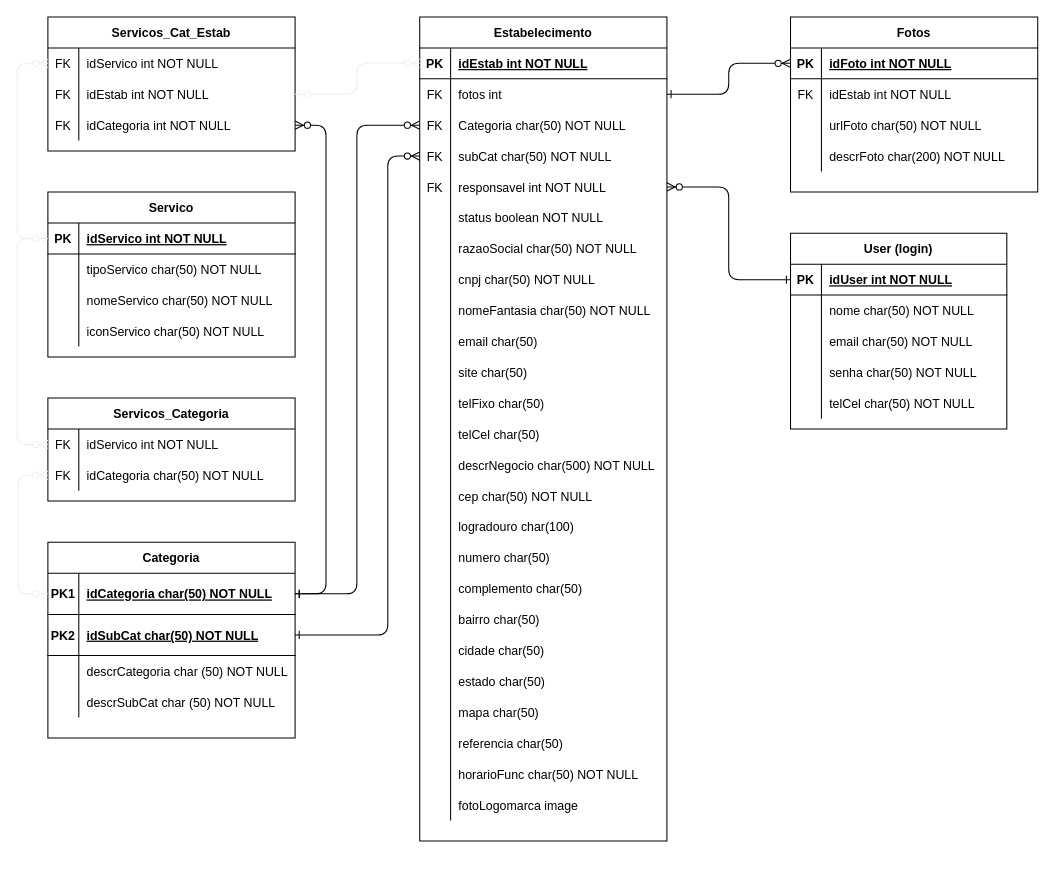
This is Docs/Diagrama-DER_v1.3.drawio from CarlosProcidio/PCDEVS1G2, a draw.io file, before an edit. Source tidied: cells renumbered, new cells numbered last; positions are measured from the earlier drawing's top-left corner, leaving out a move shared by most shapes. Both pictures are drawn from the tidied source at 103%, with x=0, y=0 at pixel (16, 16).
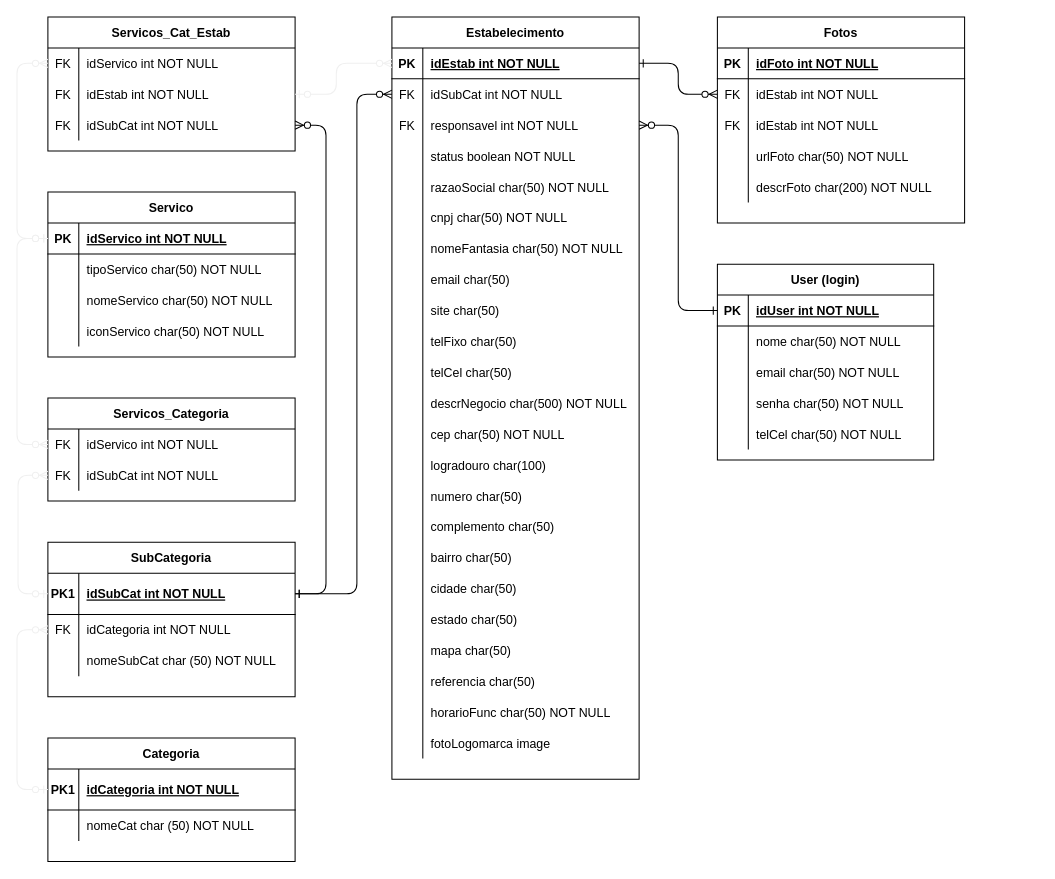
Above is the later version.

Unchanged cells that the change refers to:
```xml
<mxCell id="3" style="shape=partialRectangle;fillColor=none;points=[[0,0.5],[1,0.5]];portConstraint=eastwest;top=0;left=0;right=0;bottom=1;" parent="2" vertex="1">
  <mxGeometry y="30" width="240" height="30" as="geometry" />
</mxCell>
<mxCell id="98" style="shape=partialRectangle;fillColor=none;points=[[0,0.5],[1,0.5]];portConstraint=eastwest;top=0;left=0;right=0;bottom=0;" parent="94" vertex="1">
  <mxGeometry y="60" width="240" height="30" as="geometry" />
</mxCell>
<mxCell id="117" style="shape=partialRectangle;fillColor=none;points=[[0,0.5],[1,0.5]];portConstraint=eastwest;top=0;left=0;right=0;bottom=1;" parent="116" vertex="1">
  <mxGeometry y="30" width="240" height="30" as="geometry" />
</mxCell>
<mxCell id="130" style="shape=partialRectangle;fillColor=none;points=[[0,0.5],[1,0.5]];portConstraint=eastwest;top=0;left=0;right=0;bottom=1;" parent="129" vertex="1">
  <mxGeometry y="30" width="240" height="40" as="geometry" />
</mxCell>
<mxCell id="150" style="shape=partialRectangle;fillColor=none;points=[[0,0.5],[1,0.5]];portConstraint=eastwest;top=0;left=0;right=0;bottom=0;" parent="146" vertex="1">
  <mxGeometry y="60" width="240" height="30" as="geometry" />
</mxCell>
<mxCell id="153" style="shape=partialRectangle;fillColor=none;points=[[0,0.5],[1,0.5]];portConstraint=eastwest;top=0;left=0;right=0;bottom=0;" parent="146" vertex="1">
  <mxGeometry y="90" width="240" height="30" as="geometry" />
</mxCell>
```

Change to the diagram source:
```diff
@@
     <mxCell id="2" value="Estabelecimento" style="shape=table;startSize=30;childLayout=tableLayout;rowLines=0;fontStyle=1;align=center;" parent="1" vertex="1">
-      <mxGeometry x="391" width="240" height="800" as="geometry" />
+      <mxGeometry x="364" width="240" height="740" as="geometry" />
     </mxCell>
@@
-    <mxCell id="6" style="shape=partialRectangle;fillColor=none;points=[[0,0.5],[1,0.5]];portConstraint=eastwest;top=0;left=0;right=0;bottom=0;" parent="2" vertex="1">
-      <mxGeometry y="60" width="240" height="30" as="geometry" />
-    </mxCell>
-    <mxCell id="7" value="FK" style="shape=partialRectangle;overflow=hidden;fillColor=none;top=0;left=0;bottom=0;right=0;" parent="6" vertex="1">
-      <mxGeometry width="30" height="30" as="geometry" />
-    </mxCell>
-    <mxCell id="8" value="fotos int" style="shape=partialRectangle;overflow=hidden;fillColor=none;top=0;left=0;bottom=0;right=0;align=left;spacingLeft=6;" parent="6" vertex="1">
-      <mxGeometry x="30" width="210" height="30" as="geometry" />
-    </mxCell>
     <mxCell id="9" style="shape=partialRectangle;fillColor=none;points=[[0,0.5],[1,0.5]];portConstraint=eastwest;top=0;left=0;right=0;bottom=0;" parent="2" vertex="1">
-      <mxGeometry y="90" width="240" height="30" as="geometry" />
+      <mxGeometry y="60" width="240" height="30" as="geometry" />
     </mxCell>
@@
-    <mxCell id="11" value="Categoria char(50) NOT NULL" style="shape=partialRectangle;overflow=hidden;fillColor=none;top=0;left=0;bottom=0;right=0;align=left;spacingLeft=6;" parent="9" vertex="1">
+    <mxCell id="11" value="idSubCat int NOT NULL" style="shape=partialRectangle;overflow=hidden;fillColor=none;top=0;left=0;bottom=0;right=0;align=left;spacingLeft=6;" parent="9" vertex="1">
       <mxGeometry x="30" width="210" height="30" as="geometry" />
     </mxCell>
-    <mxCell id="12" style="shape=partialRectangle;fillColor=none;points=[[0,0.5],[1,0.5]];portConstraint=eastwest;top=0;left=0;right=0;bottom=0;" parent="2" vertex="1">
-      <mxGeometry y="120" width="240" height="30" as="geometry" />
-    </mxCell>
-    <mxCell id="13" value="FK" style="shape=partialRectangle;overflow=hidden;fillColor=none;top=0;left=0;bottom=0;right=0;" parent="12" vertex="1">
-      <mxGeometry width="30" height="30" as="geometry" />
-    </mxCell>
-    <mxCell id="14" value="subCat char(50) NOT NULL" style="shape=partialRectangle;overflow=hidden;fillColor=none;top=0;left=0;bottom=0;right=0;align=left;spacingLeft=6;" parent="12" vertex="1">
-      <mxGeometry x="30" width="210" height="30" as="geometry" />
-    </mxCell>
     <mxCell id="15" style="shape=partialRectangle;fillColor=none;points=[[0,0.5],[1,0.5]];portConstraint=eastwest;top=0;left=0;right=0;bottom=0;" parent="2" vertex="1">
-      <mxGeometry y="150" width="240" height="30" as="geometry" />
+      <mxGeometry y="90" width="240" height="30" as="geometry" />
     </mxCell>
@@
     <mxCell id="18" style="shape=partialRectangle;fillColor=none;top=0;left=0;right=0;bottom=0;" parent="2" vertex="1">
-      <mxGeometry y="180" width="240" height="30" as="geometry" />
+      <mxGeometry y="120" width="240" height="30" as="geometry" />
     </mxCell>
@@
     <mxCell id="21" style="shape=partialRectangle;fillColor=none;top=0;left=0;right=0;bottom=0;" parent="2" vertex="1">
-      <mxGeometry y="210" width="240" height="30" as="geometry" />
+      <mxGeometry y="150" width="240" height="30" as="geometry" />
     </mxCell>
@@
     <mxCell id="24" style="shape=partialRectangle;fillColor=none;top=0;left=0;right=0;bottom=0;" parent="2" vertex="1">
-      <mxGeometry y="240" width="240" height="30" as="geometry" />
+      <mxGeometry y="180" width="240" height="30" as="geometry" />
     </mxCell>
@@
     <mxCell id="27" style="shape=partialRectangle;fillColor=none;top=0;left=0;right=0;bottom=0;" parent="2" vertex="1">
-      <mxGeometry y="270" width="240" height="30" as="geometry" />
+      <mxGeometry y="210" width="240" height="30" as="geometry" />
     </mxCell>
@@
     <mxCell id="30" style="shape=partialRectangle;fillColor=none;top=0;left=0;right=0;bottom=0;" parent="2" vertex="1">
-      <mxGeometry y="300" width="240" height="30" as="geometry" />
+      <mxGeometry y="240" width="240" height="30" as="geometry" />
     </mxCell>
@@
     <mxCell id="33" style="shape=partialRectangle;fillColor=none;top=0;left=0;right=0;bottom=0;" parent="2" vertex="1">
-      <mxGeometry y="330" width="240" height="30" as="geometry" />
+      <mxGeometry y="270" width="240" height="30" as="geometry" />
     </mxCell>
@@
     <mxCell id="36" style="shape=partialRectangle;fillColor=none;top=0;left=0;right=0;bottom=0;" parent="2" vertex="1">
-      <mxGeometry y="360" width="240" height="30" as="geometry" />
+      <mxGeometry y="300" width="240" height="30" as="geometry" />
     </mxCell>
@@
     <mxCell id="39" style="shape=partialRectangle;fillColor=none;top=0;left=0;right=0;bottom=0;" parent="2" vertex="1">
-      <mxGeometry y="390" width="240" height="30" as="geometry" />
+      <mxGeometry y="330" width="240" height="30" as="geometry" />
     </mxCell>
@@
     <mxCell id="42" style="shape=partialRectangle;fillColor=none;top=0;left=0;right=0;bottom=0;" parent="2" vertex="1">
-      <mxGeometry y="420" width="240" height="30" as="geometry" />
+      <mxGeometry y="360" width="240" height="30" as="geometry" />
     </mxCell>
@@
     <mxCell id="45" style="shape=partialRectangle;fillColor=none;top=0;left=0;right=0;bottom=0;" parent="2" vertex="1">
-      <mxGeometry y="450" width="240" height="30" as="geometry" />
+      <mxGeometry y="390" width="240" height="30" as="geometry" />
     </mxCell>
@@
     <mxCell id="48" style="shape=partialRectangle;fillColor=none;top=0;left=0;right=0;bottom=0;" parent="2" vertex="1">
-      <mxGeometry y="480" width="240" height="30" as="geometry" />
+      <mxGeometry y="420" width="240" height="30" as="geometry" />
     </mxCell>
@@
     <mxCell id="51" style="shape=partialRectangle;fillColor=none;top=0;left=0;right=0;bottom=0;" parent="2" vertex="1">
-      <mxGeometry y="510" width="240" height="30" as="geometry" />
+      <mxGeometry y="450" width="240" height="30" as="geometry" />
     </mxCell>
@@
     <mxCell id="54" style="shape=partialRectangle;fillColor=none;top=0;left=0;right=0;bottom=0;" parent="2" vertex="1">
-      <mxGeometry y="540" width="240" height="30" as="geometry" />
+      <mxGeometry y="480" width="240" height="30" as="geometry" />
     </mxCell>
@@
     <mxCell id="57" style="shape=partialRectangle;fillColor=none;top=0;left=0;right=0;bottom=0;" parent="2" vertex="1">
-      <mxGeometry y="570" width="240" height="30" as="geometry" />
+      <mxGeometry y="510" width="240" height="30" as="geometry" />
     </mxCell>
@@
     <mxCell id="60" style="shape=partialRectangle;fillColor=none;top=0;left=0;right=0;bottom=0;" parent="2" vertex="1">
-      <mxGeometry y="600" width="240" height="30" as="geometry" />
+      <mxGeometry y="540" width="240" height="30" as="geometry" />
     </mxCell>
@@
     <mxCell id="63" style="shape=partialRectangle;fillColor=none;top=0;left=0;right=0;bottom=0;" parent="2" vertex="1">
-      <mxGeometry y="630" width="240" height="30" as="geometry" />
+      <mxGeometry y="570" width="240" height="30" as="geometry" />
     </mxCell>
@@
     <mxCell id="66" style="shape=partialRectangle;fillColor=none;top=0;left=0;right=0;bottom=0;" parent="2" vertex="1">
-      <mxGeometry y="660" width="240" height="30" as="geometry" />
+      <mxGeometry y="600" width="240" height="30" as="geometry" />
     </mxCell>
@@
     <mxCell id="69" style="shape=partialRectangle;fillColor=none;top=0;left=0;right=0;bottom=0;" parent="2" vertex="1">
-      <mxGeometry y="690" width="240" height="30" as="geometry" />
+      <mxGeometry y="630" width="240" height="30" as="geometry" />
     </mxCell>
@@
     <mxCell id="72" style="shape=partialRectangle;fillColor=none;top=0;left=0;right=0;bottom=0;" parent="2" vertex="1">
-      <mxGeometry y="720" width="240" height="30" as="geometry" />
+      <mxGeometry y="660" width="240" height="30" as="geometry" />
     </mxCell>
@@
     <mxCell id="75" style="shape=partialRectangle;fillColor=none;top=0;left=0;right=0;bottom=0;" parent="2" vertex="1">
-      <mxGeometry y="750" width="240" height="30" as="geometry" />
+      <mxGeometry y="690" width="240" height="30" as="geometry" />
     </mxCell>
@@
     <mxCell id="78" value="User (login)" style="shape=table;startSize=30;childLayout=tableLayout;rowLines=0;fontStyle=1;align=center;" parent="1" vertex="1">
-      <mxGeometry x="751" y="210" width="210" height="190" as="geometry" />
+      <mxGeometry x="680" y="240" width="210" height="190" as="geometry" />
     </mxCell>
@@
-    <mxCell id="100" value="idCategoria char(50) NOT NULL" style="shape=partialRectangle;overflow=hidden;fillColor=none;top=0;left=0;bottom=0;right=0;align=left;spacingLeft=6;" parent="98" vertex="1">
+    <mxCell id="100" value="idSubCat int NOT NULL" style="shape=partialRectangle;overflow=hidden;fillColor=none;top=0;left=0;bottom=0;right=0;align=left;spacingLeft=6;" parent="98" vertex="1">
       <mxGeometry x="30" width="210" height="30" as="geometry" />
     </mxCell>
@@
     <mxCell id="116" value="Fotos" style="shape=table;startSize=30;childLayout=tableLayout;rowLines=0;fontStyle=1;align=center;" parent="1" vertex="1">
-      <mxGeometry x="751" width="240" height="170" as="geometry" />
+      <mxGeometry x="680" width="240" height="200" as="geometry" />
     </mxCell>
@@
+    <mxCell id="6" style="shape=partialRectangle;fillColor=none;points=[[0,0.5],[1,0.5]];portConstraint=eastwest;top=0;left=0;right=0;bottom=0;" parent="116" vertex="1">
+      <mxGeometry y="60" width="240" height="30" as="geometry" />
+    </mxCell>
+    <mxCell id="159" value="FK" style="shape=partialRectangle;overflow=hidden;fillColor=none;top=0;left=0;bottom=0;right=0;" parent="6" vertex="1">
+      <mxGeometry width="30" height="30" as="geometry" />
+    </mxCell>
+    <mxCell id="160" value="idEstab int NOT NULL" style="shape=partialRectangle;overflow=hidden;fillColor=none;top=0;left=0;bottom=0;right=0;align=left;spacingLeft=6;" parent="6" vertex="1">
+      <mxGeometry x="30" width="210" height="30" as="geometry" />
+    </mxCell>
     <mxCell id="120" style="shape=partialRectangle;fillColor=none;top=0;left=0;right=0;bottom=0;" parent="116" vertex="1">
-      <mxGeometry y="60" width="240" height="30" as="geometry" />
+      <mxGeometry y="90" width="240" height="30" as="geometry" />
     </mxCell>
@@
     <mxCell id="123" style="shape=partialRectangle;fillColor=none;top=0;left=0;right=0;bottom=0;" parent="116" vertex="1">
-      <mxGeometry y="90" width="240" height="30" as="geometry" />
+      <mxGeometry y="120" width="240" height="30" as="geometry" />
     </mxCell>
@@
     <mxCell id="126" style="shape=partialRectangle;fillColor=none;top=0;left=0;right=0;bottom=0;" parent="116" vertex="1">
-      <mxGeometry y="120" width="240" height="30" as="geometry" />
+      <mxGeometry y="150" width="240" height="30" as="geometry" />
     </mxCell>
@@
-    <mxCell id="129" value="Categoria" style="shape=table;startSize=30;childLayout=tableLayout;rowLines=0;fontStyle=1;align=center;" parent="1" vertex="1">
-      <mxGeometry x="30" y="510" width="240" height="190" as="geometry" />
+    <mxCell id="129" value="SubCategoria" style="shape=table;startSize=30;childLayout=tableLayout;rowLines=0;fontStyle=1;align=center;" parent="1" vertex="1">
+      <mxGeometry x="30" y="510" width="240" height="150" as="geometry" />
     </mxCell>
@@
-    <mxCell id="132" value="idCategoria char(50) NOT NULL " style="shape=partialRectangle;overflow=hidden;fillColor=none;top=0;left=0;bottom=0;right=0;align=left;spacingLeft=6;fontStyle=5;" parent="130" vertex="1">
+    <mxCell id="132" value="idSubCat int NOT NULL " style="shape=partialRectangle;overflow=hidden;fillColor=none;top=0;left=0;bottom=0;right=0;align=left;spacingLeft=6;fontStyle=5;" parent="130" vertex="1">
       <mxGeometry x="30" width="210" height="40" as="geometry" />
     </mxCell>
-    <mxCell id="133" style="shape=partialRectangle;fillColor=none;points=[[0,0.5],[1,0.5]];portConstraint=eastwest;top=0;left=0;right=0;bottom=1;" parent="129" vertex="1">
-      <mxGeometry y="70" width="240" height="40" as="geometry" />
-    </mxCell>
-    <mxCell id="134" value="PK2" style="shape=partialRectangle;overflow=hidden;fillColor=none;top=0;left=0;bottom=0;right=0;fontStyle=1;" parent="133" vertex="1">
-      <mxGeometry width="30" height="40" as="geometry" />
-    </mxCell>
-    <mxCell id="135" value="idSubCat char(50) NOT NULL " style="shape=partialRectangle;overflow=hidden;fillColor=none;top=0;left=0;bottom=0;right=0;align=left;spacingLeft=6;fontStyle=5;" parent="133" vertex="1">
-      <mxGeometry x="30" width="210" height="40" as="geometry" />
-    </mxCell>
     <mxCell id="136" style="shape=partialRectangle;fillColor=none;points=[[0,0.5],[1,0.5]];portConstraint=eastwest;top=0;left=0;right=0;bottom=0;" parent="129" vertex="1">
-      <mxGeometry y="110" width="240" height="30" as="geometry" />
+      <mxGeometry y="70" width="240" height="30" as="geometry" />
     </mxCell>
-    <mxCell id="137" style="shape=partialRectangle;overflow=hidden;fillColor=none;top=0;left=0;bottom=0;right=0;" parent="136" vertex="1">
+    <mxCell id="137" value="FK" style="shape=partialRectangle;overflow=hidden;fillColor=none;top=0;left=0;bottom=0;right=0;" parent="136" vertex="1">
       <mxGeometry width="30" height="30" as="geometry" />
     </mxCell>
-    <mxCell id="138" value="descrCategoria char (50) NOT NULL" style="shape=partialRectangle;overflow=hidden;fillColor=none;top=0;left=0;bottom=0;right=0;align=left;spacingLeft=6;" parent="136" vertex="1">
+    <mxCell id="138" value="idCategoria int NOT NULL" style="shape=partialRectangle;overflow=hidden;fillColor=none;top=0;left=0;bottom=0;right=0;align=left;spacingLeft=6;" parent="136" vertex="1">
       <mxGeometry x="30" width="210" height="30" as="geometry" />
     </mxCell>
-    <mxCell id="139" style="shape=partialRectangle;fillColor=none;top=0;left=0;right=0;bottom=0;" parent="129" vertex="1">
-      <mxGeometry y="140" width="240" height="30" as="geometry" />
-    </mxCell>
-    <mxCell id="140" style="shape=partialRectangle;overflow=hidden;fillColor=none;top=0;left=0;bottom=0;right=0;" parent="139" vertex="1">
-      <mxGeometry width="30" height="30" as="geometry" />
-    </mxCell>
-    <mxCell id="141" value="descrSubCat char (50) NOT NULL" style="shape=partialRectangle;overflow=hidden;fillColor=none;top=0;left=0;bottom=0;right=0;align=left;spacingLeft=6;" parent="139" vertex="1">
-      <mxGeometry x="30" width="210" height="30" as="geometry" />
-    </mxCell>
+    <mxCell id="161" style="shape=partialRectangle;fillColor=none;top=0;left=0;right=0;bottom=0;" parent="129" vertex="1">
+      <mxGeometry y="100" width="240" height="30" as="geometry" />
+    </mxCell>
+    <mxCell id="162" style="shape=partialRectangle;overflow=hidden;fillColor=none;top=0;left=0;bottom=0;right=0;" parent="161" vertex="1">
+      <mxGeometry width="30" height="30" as="geometry" />
+    </mxCell>
+    <mxCell id="163" value="nomeSubCat char (50) NOT NULL" style="shape=partialRectangle;overflow=hidden;fillColor=none;top=0;left=0;bottom=0;right=0;align=left;spacingLeft=6;" parent="161" vertex="1">
+      <mxGeometry x="30" width="210" height="30" as="geometry" />
+    </mxCell>
@@
-    <mxCell id="144" style="edgeStyle=elbowEdgeStyle;endArrow=ERzeroToMany;startArrow=ERone;endFill=1;startFill=0;exitX=1;exitY=0.5;exitDx=0;exitDy=0;entryX=0;entryY=0.5;entryDx=0;entryDy=0;" parent="1" edge="1" source="133" target="12">
-      <mxGeometry relative="1" as="geometry">
-        <Array as="points">
-          <mxPoint x="360" y="370" />
-        </Array>
-      </mxGeometry>
-    </mxCell>
-    <mxCell id="145" style="edgeStyle=elbowEdgeStyle;endArrow=ERzeroToMany;startArrow=ERone;endFill=1;startFill=0;exitX=1;exitY=0.5;exitDx=0;exitDy=0;entryX=0;entryY=0.5;entryDx=0;entryDy=0;" parent="1" edge="1" source="6" target="117">
-      <mxGeometry relative="1" as="geometry" />
-    </mxCell>
@@
-    <mxCell id="155" value="idCategoria int NOT NULL" style="shape=partialRectangle;overflow=hidden;fillColor=none;top=0;left=0;bottom=0;right=0;align=left;spacingLeft=6;" parent="153" vertex="1">
+    <mxCell id="155" value="idSubCat int NOT NULL" style="shape=partialRectangle;overflow=hidden;fillColor=none;top=0;left=0;bottom=0;right=0;align=left;spacingLeft=6;" parent="153" vertex="1">
       <mxGeometry x="30" width="210" height="30" as="geometry" />
     </mxCell>
@@
     <mxCell id="158" style="edgeStyle=elbowEdgeStyle;fontSize=12;html=1;endArrow=ERzeroToMany;startArrow=ERzeroToOne;strokeColor=#f0f0f0;exitX=1;exitY=0.5;exitDx=0;exitDy=0;entryX=0;entryY=0.5;entryDx=0;entryDy=0;" parent="1" edge="1" source="150" target="3">
       <mxGeometry relative="1" as="geometry">
         <Array as="points">
-          <mxPoint x="330" y="75" />
+          <mxPoint x="310" y="60" />
         </Array>
       </mxGeometry>
     </mxCell>
+    <mxCell id="164" value="Categoria" style="shape=table;startSize=30;childLayout=tableLayout;rowLines=0;fontStyle=1;align=center;" parent="1" vertex="1">
+      <mxGeometry x="30" y="700" width="240" height="120" as="geometry" />
+    </mxCell>
+    <mxCell id="165" style="shape=partialRectangle;fillColor=none;points=[[0,0.5],[1,0.5]];portConstraint=eastwest;top=0;left=0;right=0;bottom=1;" parent="164" vertex="1">
+      <mxGeometry y="30" width="240" height="40" as="geometry" />
+    </mxCell>
+    <mxCell id="166" value="PK1" style="shape=partialRectangle;overflow=hidden;fillColor=none;top=0;left=0;bottom=0;right=0;fontStyle=1;" parent="165" vertex="1">
+      <mxGeometry width="30" height="40" as="geometry" />
+    </mxCell>
+    <mxCell id="167" value="idCategoria int NOT NULL " style="shape=partialRectangle;overflow=hidden;fillColor=none;top=0;left=0;bottom=0;right=0;align=left;spacingLeft=6;fontStyle=5;" parent="165" vertex="1">
+      <mxGeometry x="30" width="210" height="40" as="geometry" />
+    </mxCell>
+    <mxCell id="168" style="shape=partialRectangle;fillColor=none;top=0;left=0;right=0;bottom=0;" parent="164" vertex="1">
+      <mxGeometry y="70" width="240" height="30" as="geometry" />
+    </mxCell>
+    <mxCell id="169" style="shape=partialRectangle;overflow=hidden;fillColor=none;top=0;left=0;bottom=0;right=0;" parent="168" vertex="1">
+      <mxGeometry width="30" height="30" as="geometry" />
+    </mxCell>
+    <mxCell id="170" value="nomeCat char (50) NOT NULL" style="shape=partialRectangle;overflow=hidden;fillColor=none;top=0;left=0;bottom=0;right=0;align=left;spacingLeft=6;" parent="168" vertex="1">
+      <mxGeometry x="30" width="210" height="30" as="geometry" />
+    </mxCell>
+    <mxCell id="171" style="edgeStyle=elbowEdgeStyle;fontSize=12;html=1;endArrow=ERzeroToMany;startArrow=ERzeroToOne;strokeColor=#f0f0f0;entryX=0;entryY=0.5;entryDx=0;entryDy=0;exitX=0;exitY=0.5;exitDx=0;exitDy=0;" parent="1" edge="1" source="165" target="136">
+      <mxGeometry relative="1" as="geometry">
+        <Array as="points">
+          <mxPoint y="673" />
+        </Array>
+      </mxGeometry>
+    </mxCell>
+    <mxCell id="145" style="edgeStyle=elbowEdgeStyle;endArrow=ERzeroToMany;startArrow=ERone;endFill=1;startFill=0;exitX=1;exitY=0.5;exitDx=0;exitDy=0;entryX=0;entryY=0.5;entryDx=0;entryDy=0;" parent="1" edge="1" source="3" target="6">
+      <mxGeometry relative="1" as="geometry" />
+    </mxCell>
```
